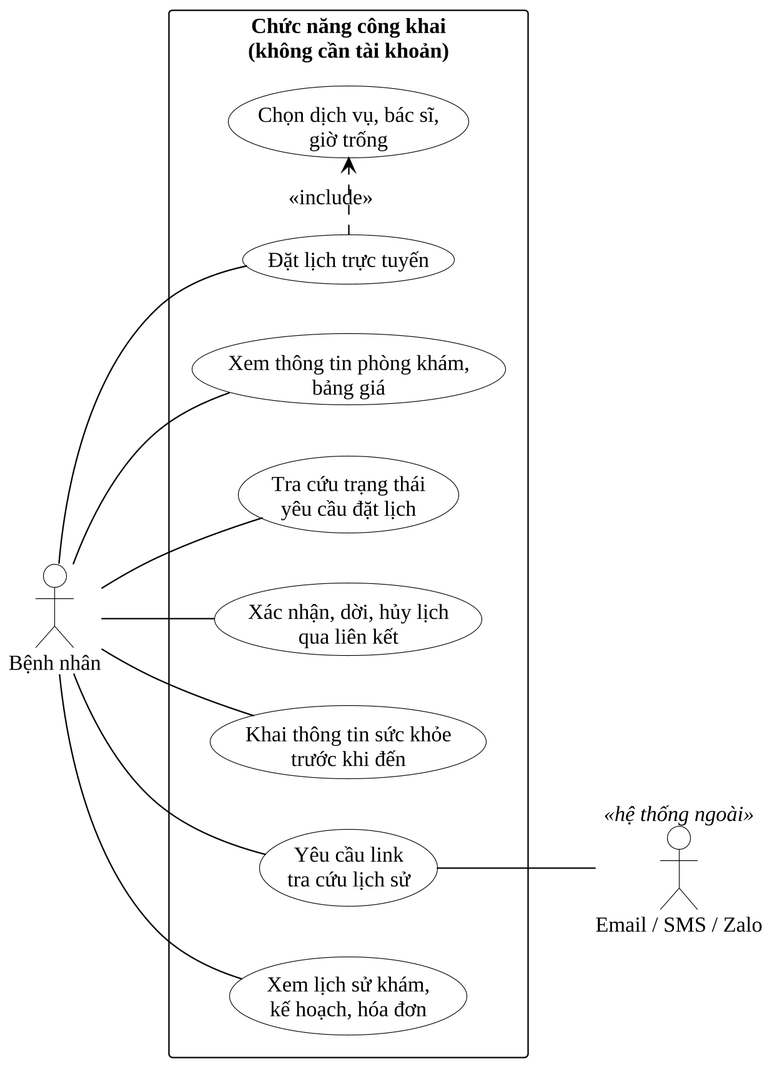
Before: docs/10_Thesis/bao-cao/hinh/2-6-use-case-benh-nhan.png, a diagram exported from PlantUML (Trantuan0310/dental-clinic-nestjs-react). Source of this version:
```plantuml
@startuml
!include _kieu.iuml
left to right direction
actor "Bệnh nhân" as BN
actor "Email / SMS / Zalo" as MS <<hệ thống ngoài>>
rectangle "Chức năng công khai (không cần tài khoản)" {
  usecase "Xem thông tin phòng khám,\nbảng giá" as a
  usecase "Đặt lịch trực tuyến" as b
  usecase "Chọn dịch vụ, bác sĩ,\ngiờ trống" as b2
  usecase "Tra cứu trạng thái\nyêu cầu đặt lịch" as c
  usecase "Xác nhận, dời, hủy lịch\nqua liên kết" as d
  usecase "Khai thông tin sức khỏe\ntrước khi đến" as e
  usecase "Yêu cầu link\ntra cứu lịch sử" as f
  usecase "Xem lịch sử khám,\nkế hoạch, hóa đơn" as g
}
BN -- a
BN -- b
BN -- c
BN -- d
BN -- e
BN -- f
BN -- g
b .> b2 : <<include>>
f -- MS
@enduml
```
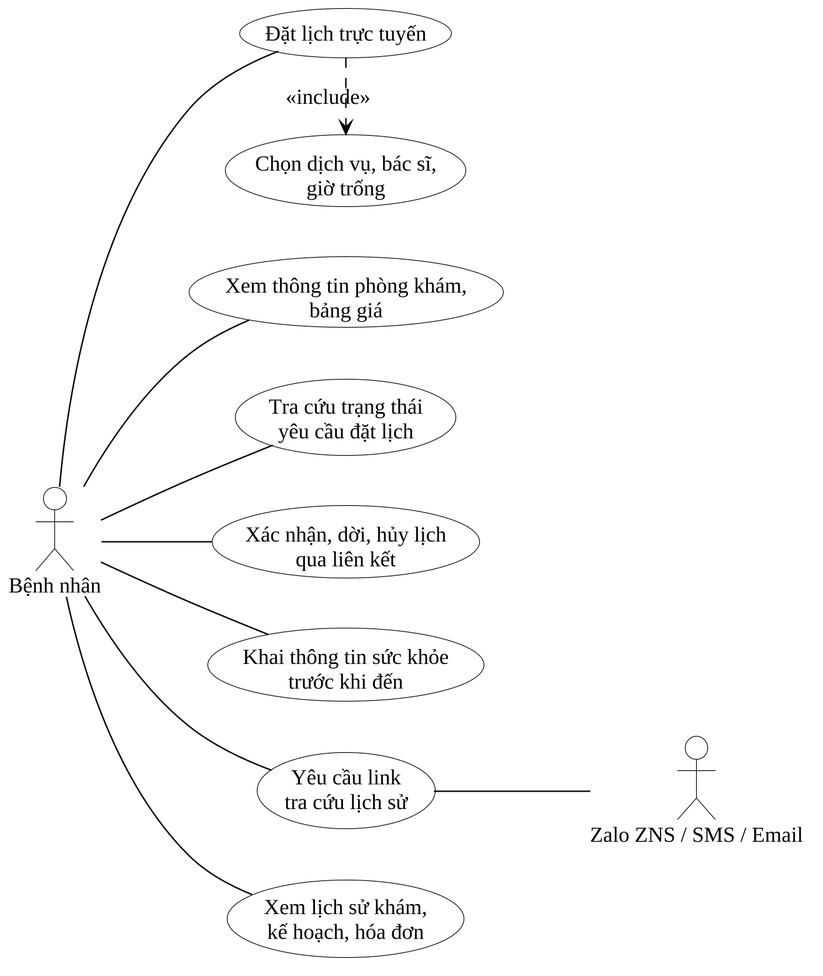
Later version of the same file.

Change to the diagram source:
```diff
@@ -2,17 +2,15 @@
 !include _kieu.iuml
 left to right direction
 actor "Bệnh nhân" as BN
-actor "Email / SMS / Zalo" as MS <<hệ thống ngoài>>
-rectangle "Chức năng công khai (không cần tài khoản)" {
-  usecase "Xem thông tin phòng khám,\nbảng giá" as a
-  usecase "Đặt lịch trực tuyến" as b
-  usecase "Chọn dịch vụ, bác sĩ,\ngiờ trống" as b2
-  usecase "Tra cứu trạng thái\nyêu cầu đặt lịch" as c
-  usecase "Xác nhận, dời, hủy lịch\nqua liên kết" as d
-  usecase "Khai thông tin sức khỏe\ntrước khi đến" as e
-  usecase "Yêu cầu link\ntra cứu lịch sử" as f
-  usecase "Xem lịch sử khám,\nkế hoạch, hóa đơn" as g
-}
+actor "Zalo ZNS / SMS / Email" as MS
+usecase "Xem thông tin phòng khám,\nbảng giá" as a
+usecase "Đặt lịch trực tuyến" as b
+usecase "Chọn dịch vụ, bác sĩ,\ngiờ trống" as b2
+usecase "Tra cứu trạng thái\nyêu cầu đặt lịch" as c
+usecase "Xác nhận, dời, hủy lịch\nqua liên kết" as d
+usecase "Khai thông tin sức khỏe\ntrước khi đến" as e
+usecase "Yêu cầu link\ntra cứu lịch sử" as f
+usecase "Xem lịch sử khám,\nkế hoạch, hóa đơn" as g
 BN -- a
 BN -- b
 BN -- c
```
